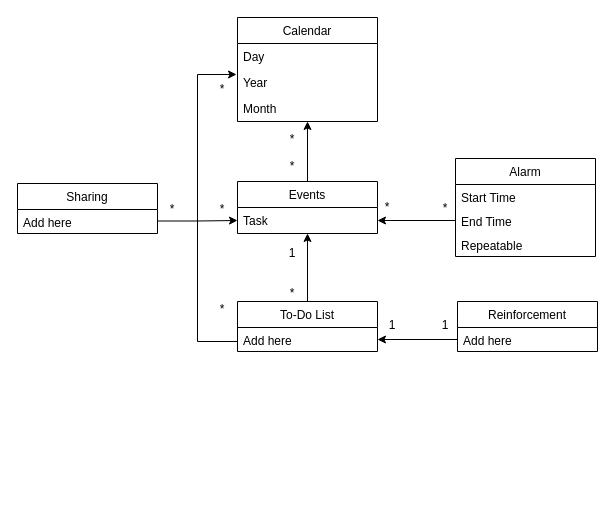
Carhn/PlanItOut keeps this draw.io diagram as Deliverables/Deliverable_Images/D3_diagram.drawio. Above is the earlier version. Source tidied: cells renumbered, new cells numbered last; positions are measured from the earlier drawing's top-left corner, leaving out a move shared by most shapes. Both pictures are drawn from the tidied source at 100%, with x=0, y=0 at pixel (17, 17).
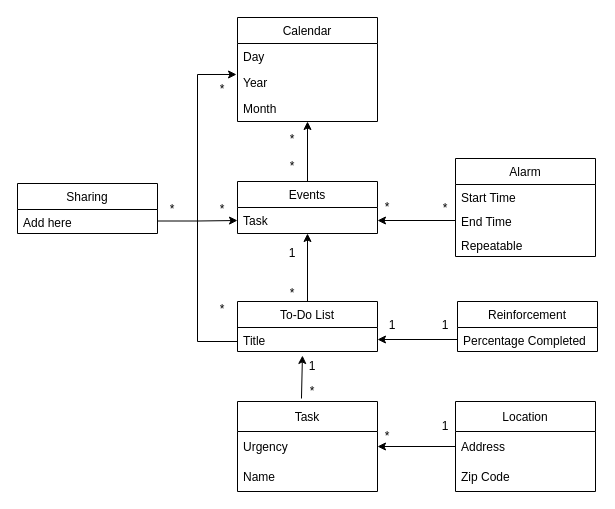
After the change.

The change refers to these unchanged cells:
```xml
<mxCell id="20" value="To-Do List" style="swimlane;fontStyle=0;horizontal=1;startSize=26;fillColor=none;" parent="1" vertex="1">
  <mxGeometry x="220" y="284" width="140" height="50" as="geometry" />
</mxCell>
<mxCell id="26" value="Reinforcement" style="swimlane;fontStyle=0;horizontal=1;startSize=26;fillColor=none;" parent="1" vertex="1">
  <mxGeometry x="440" y="284" width="140" height="50" as="geometry" />
</mxCell>
```

What changed in the source:
```diff
@@
-    <mxCell id="21" value="Add here" style="text;strokeColor=none;fillColor=none;align=left;verticalAlign=top;spacingLeft=4;spacingRight=4;overflow=hidden;points=[[0,0.5],[1,0.5]];portConstraint=eastwest;" parent="20" vertex="1">
+    <mxCell id="21" value="Title" style="text;strokeColor=none;fillColor=none;align=left;verticalAlign=top;spacingLeft=4;spacingRight=4;overflow=hidden;points=[[0,0.5],[1,0.5]];portConstraint=eastwest;" parent="20" vertex="1">
       <mxGeometry y="26" width="140" height="24" as="geometry" />
     </mxCell>
@@
-    <mxCell id="27" value="Add here" style="text;strokeColor=none;fillColor=none;align=left;verticalAlign=top;spacingLeft=4;spacingRight=4;overflow=hidden;points=[[0,0.5],[1,0.5]];portConstraint=eastwest;" parent="26" vertex="1">
+    <mxCell id="27" value="Percentage Completed" style="text;strokeColor=none;fillColor=none;align=left;verticalAlign=top;spacingLeft=4;spacingRight=4;overflow=hidden;points=[[0,0.5],[1,0.5]];portConstraint=eastwest;" parent="26" vertex="1">
       <mxGeometry y="26" width="140" height="24" as="geometry" />
     </mxCell>
@@
+    <mxCell id="36" value="Task" style="swimlane;fontStyle=0;horizontal=1;startSize=30;" parent="1" vertex="1">
+      <mxGeometry x="220" y="384" width="140" height="90" as="geometry" />
+    </mxCell>
+    <mxCell id="37" value="Urgency" style="text;strokeColor=none;fillColor=none;align=left;verticalAlign=middle;spacingLeft=4;spacingRight=4;overflow=hidden;points=[[0,0.5],[1,0.5]];portConstraint=eastwest;" parent="36" vertex="1">
+      <mxGeometry y="30" width="140" height="30" as="geometry" />
+    </mxCell>
+    <mxCell id="38" value="Name" style="text;strokeColor=none;fillColor=none;align=left;verticalAlign=middle;spacingLeft=4;spacingRight=4;overflow=hidden;" parent="36" vertex="1">
+      <mxGeometry y="60" width="140" height="30" as="geometry" />
+    </mxCell>
+    <mxCell id="39" style="endArrow=classic;html=1;rounded=0;entryX=0.464;entryY=1.167;entryDx=0;entryDy=0;entryPerimeter=0;exitX=0.457;exitY=-0.033;exitDx=0;exitDy=0;exitPerimeter=0;" parent="1" edge="1" source="36" target="21">
+      <mxGeometry relative="1" as="geometry" />
+    </mxCell>
+    <mxCell id="40" value="Location" style="swimlane;fontStyle=0;horizontal=1;startSize=30;" parent="1" vertex="1">
+      <mxGeometry x="438" y="384" width="140" height="90" as="geometry" />
+    </mxCell>
+    <mxCell id="41" value="Address" style="text;strokeColor=none;fillColor=none;align=left;verticalAlign=middle;spacingLeft=4;spacingRight=4;overflow=hidden;points=[[0,0.5],[1,0.5]];portConstraint=eastwest;" parent="40" vertex="1">
+      <mxGeometry y="30" width="140" height="30" as="geometry" />
+    </mxCell>
+    <mxCell id="42" value="Zip Code" style="text;strokeColor=none;fillColor=none;align=left;verticalAlign=middle;spacingLeft=4;spacingRight=4;overflow=hidden;" parent="40" vertex="1">
+      <mxGeometry y="60" width="140" height="30" as="geometry" />
+    </mxCell>
+    <mxCell id="43" style="endArrow=classic;html=1;rounded=0;entryX=1;entryY=0.5;entryDx=0;entryDy=0;exitX=0;exitY=0.5;exitDx=0;exitDy=0;" parent="1" edge="1" source="41" target="37">
+      <mxGeometry relative="1" as="geometry" />
+    </mxCell>
+    <mxCell id="44" value="1" style="text;html=1;strokeColor=none;fillColor=none;align=center;verticalAlign=middle;whiteSpace=wrap;rounded=0;" parent="1" vertex="1">
+      <mxGeometry x="423" y="394" width="10" height="30" as="geometry" />
+    </mxCell>
+    <mxCell id="45" value="*" style="text;html=1;strokeColor=none;fillColor=none;align=center;verticalAlign=middle;whiteSpace=wrap;rounded=0;" parent="1" vertex="1">
+      <mxGeometry x="365" y="404" width="10" height="30" as="geometry" />
+    </mxCell>
+    <mxCell id="46" value="1" style="text;html=1;strokeColor=none;fillColor=none;align=center;verticalAlign=middle;whiteSpace=wrap;rounded=0;" parent="1" vertex="1">
+      <mxGeometry x="290" y="334" width="10" height="30" as="geometry" />
+    </mxCell>
+    <mxCell id="47" value="*" style="text;html=1;strokeColor=none;fillColor=none;align=center;verticalAlign=middle;whiteSpace=wrap;rounded=0;" parent="1" vertex="1">
+      <mxGeometry x="290" y="358.5" width="10" height="30" as="geometry" />
+    </mxCell>
```
